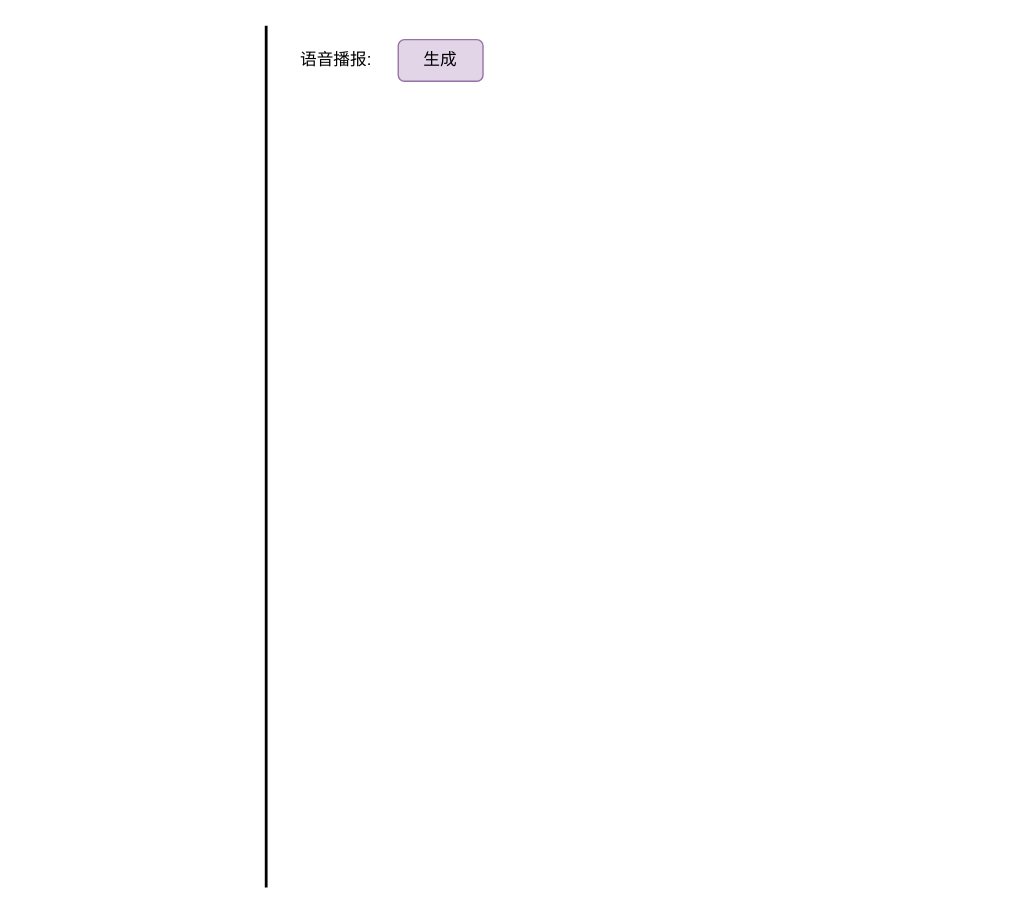
Above: 智能媒体.drawio in yshhuang/diagram (draw.io), before the change. Source tidied: cells renumbered, new cells numbered last; positions are measured from the earlier drawing's top-left corner, leaving out a move shared by most shapes. Both pictures are drawn from the tidied source at 139%, with x=0, y=0 at pixel (259, 25).
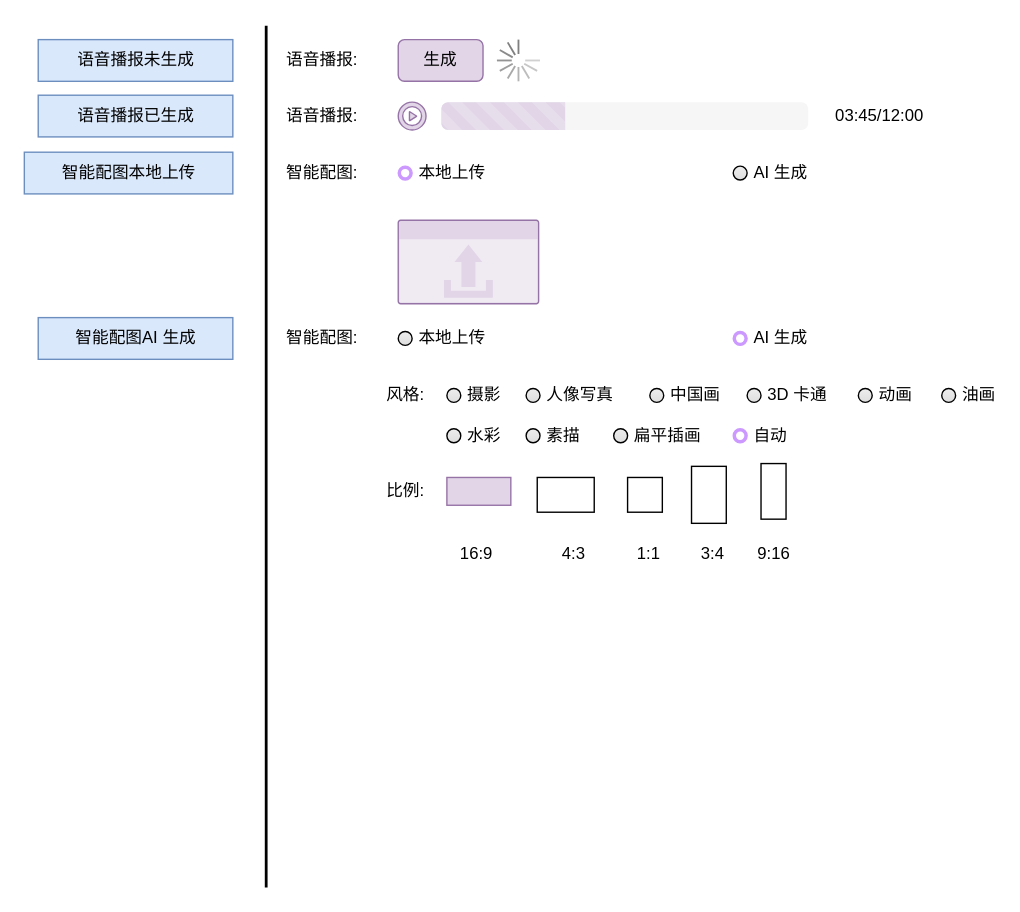
The same page after the edit.

Commit message:
更新智能媒体.drawio

Diff of the diagram source:
```diff
@@
     <mxCell id="3" value="语音播报:" style="text;html=1;align=center;verticalAlign=middle;strokeColor=none;fillColor=none;" parent="1" vertex="1">
-      <mxGeometry x="10" y="10" width="90" height="30" as="geometry" />
+      <mxGeometry y="10" width="90" height="30" as="geometry" />
     </mxCell>
@@
+    <mxCell id="5" value="语音播报未生成" style="text;html=1;align=center;verticalAlign=middle;strokeColor=#6c8ebf;fillColor=#dae8fc;" parent="1" vertex="1">
+      <mxGeometry x="-159" y="10" width="140" height="30" as="geometry" />
+    </mxCell>
+    <mxCell id="6" value="语音播报已生成" style="text;html=1;align=center;verticalAlign=middle;strokeColor=#6c8ebf;fillColor=#dae8fc;" parent="1" vertex="1">
+      <mxGeometry x="-159" y="50" width="140" height="30" as="geometry" />
+    </mxCell>
+    <mxCell id="7" value="语音播报:" style="text;html=1;align=center;verticalAlign=middle;strokeColor=none;fillColor=none;" parent="1" vertex="1">
+      <mxGeometry y="50" width="90" height="30" as="geometry" />
+    </mxCell>
+    <mxCell id="8" style="verticalLabelPosition=bottom;shadow=0;dashed=0;align=center;html=1;verticalAlign=top;strokeWidth=1;shape=mxgraph.mockup.misc.loading_circle_2;" parent="1" vertex="1">
+      <mxGeometry x="171" y="10" width="31" height="30" as="geometry" />
+    </mxCell>
+    <mxCell id="9" value="智能配图:" style="text;html=1;align=center;verticalAlign=middle;strokeColor=none;fillColor=none;" parent="1" vertex="1">
+      <mxGeometry y="91" width="90" height="30" as="geometry" />
+    </mxCell>
+    <mxCell id="10" value="03:45/12:00" style="text;html=1;align=center;verticalAlign=middle;strokeColor=none;fillColor=none;" parent="1" vertex="1">
+      <mxGeometry x="391" y="50" width="110" height="30" as="geometry" />
+    </mxCell>
+    <mxCell id="11" style="html=1;shadow=0;dashed=0;shape=mxgraph.bootstrap.rrect;rSize=5;strokeColor=none;fillColor=#f6f6f6;whiteSpace=wrap;" parent="1" vertex="1">
+      <mxGeometry x="131" y="55" width="264" height="20" as="geometry" />
+    </mxCell>
+    <mxCell id="12" style="html=1;shadow=0;dashed=0;shape=mxgraph.bootstrap.leftButtonStriped;fillColor=#e1d5e7;whiteSpace=wrap;strokeColor=#9673a6;" parent="11" vertex="1">
+      <mxGeometry width="89.1" height="20" as="geometry" />
+    </mxCell>
+    <mxCell id="13" value="本地上传" style="html=1;shadow=0;dashed=0;shape=mxgraph.bootstrap.radioButton2;labelPosition=right;verticalLabelPosition=middle;align=left;verticalAlign=middle;gradientColor=#DEDEDE;fillColor=#EDEDED;checked=1;spacing=5;checkedFill=#CC99FF;checkedStroke=#ffffff;" parent="1" vertex="1">
+      <mxGeometry x="100" y="101" width="10" height="10" as="geometry" />
+    </mxCell>
+    <mxCell id="14" value="AI 生成" style="html=1;shadow=0;dashed=0;shape=mxgraph.bootstrap.radioButton2;labelPosition=right;verticalLabelPosition=middle;align=left;verticalAlign=middle;gradientColor=#DEDEDE;fillColor=#EDEDED;checked=0;spacing=5;checkedFill=#0085FC;checkedStroke=#ffffff;" parent="1" vertex="1">
+      <mxGeometry x="341" y="101" width="10" height="10" as="geometry" />
+    </mxCell>
+    <mxCell id="15" style="html=1;whiteSpace=wrap;strokeColor=#9673a6;fillColor=#e1d5e7;labelPosition=center;verticalLabelPosition=middle;verticalAlign=top;align=center;fontSize=12;spacingTop=-6;sketch=0;shape=mxgraph.sitemap.upload;" parent="1" vertex="1">
+      <mxGeometry x="100" y="140" width="101" height="60" as="geometry" />
+    </mxCell>
+    <mxCell id="16" value="智能配图本地上传" style="text;html=1;align=center;verticalAlign=middle;strokeColor=#6c8ebf;fillColor=#dae8fc;" parent="1" vertex="1">
+      <mxGeometry x="-169" y="91" width="150" height="30" as="geometry" />
+    </mxCell>
+    <mxCell id="17" value="智能配图AI 生成" style="text;html=1;align=center;verticalAlign=middle;strokeColor=#6c8ebf;fillColor=#dae8fc;" parent="1" vertex="1">
+      <mxGeometry x="-159" y="210" width="140" height="30" as="geometry" />
+    </mxCell>
+    <mxCell id="18" value="本地上传" style="html=1;shadow=0;dashed=0;shape=mxgraph.bootstrap.radioButton2;labelPosition=right;verticalLabelPosition=middle;align=left;verticalAlign=middle;gradientColor=#DEDEDE;fillColor=#EDEDED;checked=0;spacing=5;checkedFill=#CC99FF;checkedStroke=#ffffff;" parent="1" vertex="1">
+      <mxGeometry x="100" y="220" width="10" height="10" as="geometry" />
+    </mxCell>
+    <mxCell id="19" value="AI 生成" style="html=1;shadow=0;dashed=0;shape=mxgraph.bootstrap.radioButton2;labelPosition=right;verticalLabelPosition=middle;align=left;verticalAlign=middle;fillColor=#e1d5e7;checked=1;spacing=5;checkedFill=#CC99FF;checkedStroke=#ffffff;strokeColor=#9673a6;" parent="1" vertex="1">
+      <mxGeometry x="341" y="220" width="10" height="10" as="geometry" />
+    </mxCell>
+    <mxCell id="20" value="智能配图:" style="text;html=1;align=center;verticalAlign=middle;strokeColor=none;fillColor=none;" parent="1" vertex="1">
+      <mxGeometry y="210" width="90" height="30" as="geometry" />
+    </mxCell>
+    <mxCell id="21" value="风格:" style="text;html=1;align=center;verticalAlign=middle;strokeColor=none;fillColor=none;" parent="1" vertex="1">
+      <mxGeometry x="75" y="251" width="60" height="30" as="geometry" />
+    </mxCell>
+    <mxCell id="22" value="摄影" style="html=1;shadow=0;dashed=0;shape=mxgraph.bootstrap.radioButton2;labelPosition=right;verticalLabelPosition=middle;align=left;verticalAlign=middle;gradientColor=#DEDEDE;fillColor=#EDEDED;checked=0;spacing=5;checkedFill=#0085FC;checkedStroke=#ffffff;" parent="1" vertex="1">
+      <mxGeometry x="135" y="261" width="10" height="10" as="geometry" />
+    </mxCell>
+    <mxCell id="23" value="人像写真" style="html=1;shadow=0;dashed=0;shape=mxgraph.bootstrap.radioButton2;labelPosition=right;verticalLabelPosition=middle;align=left;verticalAlign=middle;gradientColor=#DEDEDE;fillColor=#EDEDED;checked=0;spacing=5;checkedFill=#0085FC;checkedStroke=#ffffff;" parent="1" vertex="1">
+      <mxGeometry x="192" y="261" width="10" height="10" as="geometry" />
+    </mxCell>
+    <mxCell id="24" value="中国画" style="html=1;shadow=0;dashed=0;shape=mxgraph.bootstrap.radioButton2;labelPosition=right;verticalLabelPosition=middle;align=left;verticalAlign=middle;gradientColor=#DEDEDE;fillColor=#EDEDED;checked=0;spacing=5;checkedFill=#0085FC;checkedStroke=#ffffff;" parent="1" vertex="1">
+      <mxGeometry x="281" y="261" width="10" height="10" as="geometry" />
+    </mxCell>
+    <mxCell id="25" value="3D 卡通" style="html=1;shadow=0;dashed=0;shape=mxgraph.bootstrap.radioButton2;labelPosition=right;verticalLabelPosition=middle;align=left;verticalAlign=middle;gradientColor=#DEDEDE;fillColor=#EDEDED;checked=0;spacing=5;checkedFill=#0085FC;checkedStroke=#ffffff;" parent="1" vertex="1">
+      <mxGeometry x="351" y="261" width="10" height="10" as="geometry" />
+    </mxCell>
+    <mxCell id="26" value="动画" style="html=1;shadow=0;dashed=0;shape=mxgraph.bootstrap.radioButton2;labelPosition=right;verticalLabelPosition=middle;align=left;verticalAlign=middle;gradientColor=#DEDEDE;fillColor=#EDEDED;checked=0;spacing=5;checkedFill=#0085FC;checkedStroke=#ffffff;" parent="1" vertex="1">
+      <mxGeometry x="431" y="261" width="10" height="10" as="geometry" />
+    </mxCell>
+    <mxCell id="27" value="油画" style="html=1;shadow=0;dashed=0;shape=mxgraph.bootstrap.radioButton2;labelPosition=right;verticalLabelPosition=middle;align=left;verticalAlign=middle;gradientColor=#DEDEDE;fillColor=#EDEDED;checked=0;spacing=5;checkedFill=#0085FC;checkedStroke=#ffffff;" parent="1" vertex="1">
+      <mxGeometry x="491" y="261" width="10" height="10" as="geometry" />
+    </mxCell>
+    <mxCell id="28" value="水彩" style="html=1;shadow=0;dashed=0;shape=mxgraph.bootstrap.radioButton2;labelPosition=right;verticalLabelPosition=middle;align=left;verticalAlign=middle;gradientColor=#DEDEDE;fillColor=#EDEDED;checked=0;spacing=5;checkedFill=#0085FC;checkedStroke=#ffffff;" parent="1" vertex="1">
+      <mxGeometry x="135" y="290" width="10" height="10" as="geometry" />
+    </mxCell>
+    <mxCell id="29" value="素描" style="html=1;shadow=0;dashed=0;shape=mxgraph.bootstrap.radioButton2;labelPosition=right;verticalLabelPosition=middle;align=left;verticalAlign=middle;gradientColor=#DEDEDE;fillColor=#EDEDED;checked=0;spacing=5;checkedFill=#0085FC;checkedStroke=#ffffff;" parent="1" vertex="1">
+      <mxGeometry x="192" y="290" width="10" height="10" as="geometry" />
+    </mxCell>
+    <mxCell id="30" value="扁平插画" style="html=1;shadow=0;dashed=0;shape=mxgraph.bootstrap.radioButton2;labelPosition=right;verticalLabelPosition=middle;align=left;verticalAlign=middle;gradientColor=#DEDEDE;fillColor=#EDEDED;checked=0;spacing=5;checkedFill=#0085FC;checkedStroke=#ffffff;" parent="1" vertex="1">
+      <mxGeometry x="255" y="290" width="10" height="10" as="geometry" />
+    </mxCell>
+    <mxCell id="31" value="自动" style="html=1;shadow=0;dashed=0;shape=mxgraph.bootstrap.radioButton2;labelPosition=right;verticalLabelPosition=middle;align=left;verticalAlign=middle;gradientColor=#DEDEDE;fillColor=#EDEDED;checked=1;spacing=5;checkedFill=#CC99FF;checkedStroke=#ffffff;" parent="1" vertex="1">
+      <mxGeometry x="341" y="290" width="10" height="10" as="geometry" />
+    </mxCell>
+    <mxCell id="32" value="比例:" style="text;html=1;align=center;verticalAlign=middle;strokeColor=none;fillColor=none;" parent="1" vertex="1">
+      <mxGeometry x="75" y="320" width="60" height="30" as="geometry" />
+    </mxCell>
+    <mxCell id="33" style="sketch=0;html=1;strokeColor=#9673a6;shadow=0;fillColor=#e1d5e7;verticalAlign=top;labelPosition=center;verticalLabelPosition=bottom;shape=mxgraph.gcp2.play_start;" parent="1" vertex="1">
+      <mxGeometry x="100" y="55" width="20" height="20" as="geometry" />
+    </mxCell>
+    <mxCell id="34" style="rounded=0;whiteSpace=wrap;html=1;fillColor=#e1d5e7;strokeColor=#9673a6;gradientColor=none;" parent="1" vertex="1">
+      <mxGeometry x="135" y="325" width="46" height="20" as="geometry" />
+    </mxCell>
+    <mxCell id="35" value="16:9" style="text;html=1;align=center;verticalAlign=middle;strokeColor=none;fillColor=none;" parent="1" vertex="1">
+      <mxGeometry x="131" y="365" width="50" height="30" as="geometry" />
+    </mxCell>
+    <mxCell id="36" style="rounded=0;whiteSpace=wrap;html=1;" parent="1" vertex="1">
+      <mxGeometry x="361" y="315" width="18" height="40" as="geometry" />
+    </mxCell>
+    <mxCell id="37" style="rounded=0;whiteSpace=wrap;html=1;" parent="1" vertex="1">
+      <mxGeometry x="200" y="325" width="41" height="25" as="geometry" />
+    </mxCell>
+    <mxCell id="38" value="4:3" style="text;html=1;align=center;verticalAlign=middle;strokeColor=none;fillColor=none;" parent="1" vertex="1">
+      <mxGeometry x="201" y="365" width="50" height="30" as="geometry" />
+    </mxCell>
+    <mxCell id="39" style="whiteSpace=wrap;html=1;" parent="1" vertex="1">
+      <mxGeometry x="265" y="325" width="25" height="25" as="geometry" />
+    </mxCell>
+    <mxCell id="40" value="1:1" style="text;html=1;align=center;verticalAlign=middle;strokeColor=none;fillColor=none;" parent="1" vertex="1">
+      <mxGeometry x="255" y="365" width="50" height="30" as="geometry" />
+    </mxCell>
+    <mxCell id="41" style="rounded=0;whiteSpace=wrap;html=1;direction=south;" parent="1" vertex="1">
+      <mxGeometry x="311" y="317" width="25" height="41" as="geometry" />
+    </mxCell>
+    <mxCell id="42" value="3:4" style="text;html=1;align=center;verticalAlign=middle;strokeColor=none;fillColor=none;" parent="1" vertex="1">
+      <mxGeometry x="301" y="365" width="50" height="30" as="geometry" />
+    </mxCell>
+    <mxCell id="43" value="9:16" style="text;html=1;align=center;verticalAlign=middle;strokeColor=none;fillColor=none;" parent="1" vertex="1">
+      <mxGeometry x="345" y="365" width="50" height="30" as="geometry" />
+    </mxCell>
```
